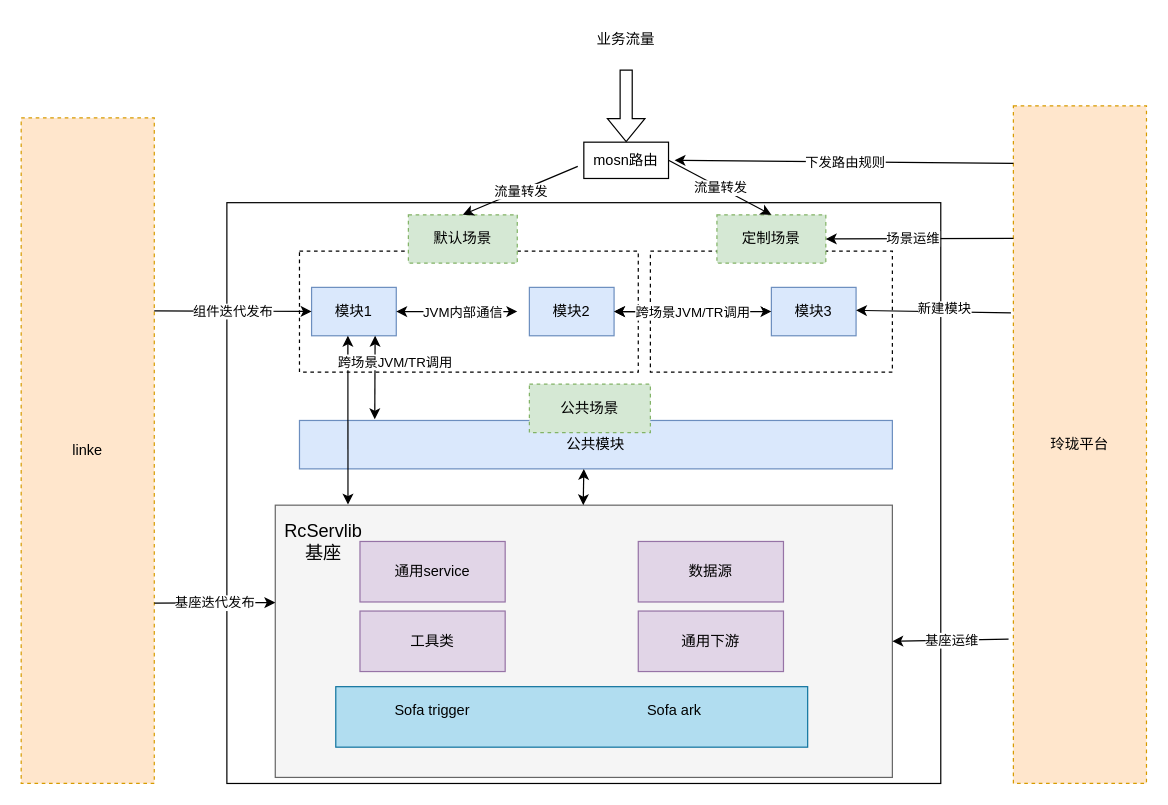
This is linglong2.drawio from hwjcc969/topdown, a draw.io file, before an edit. Source tidied: cells renumbered, new cells numbered last; positions are measured from the earlier drawing's top-left corner, leaving out a move shared by most shapes. Both pictures are drawn from the tidied source at 121%, with x=0, y=0 at pixel (21, 21).
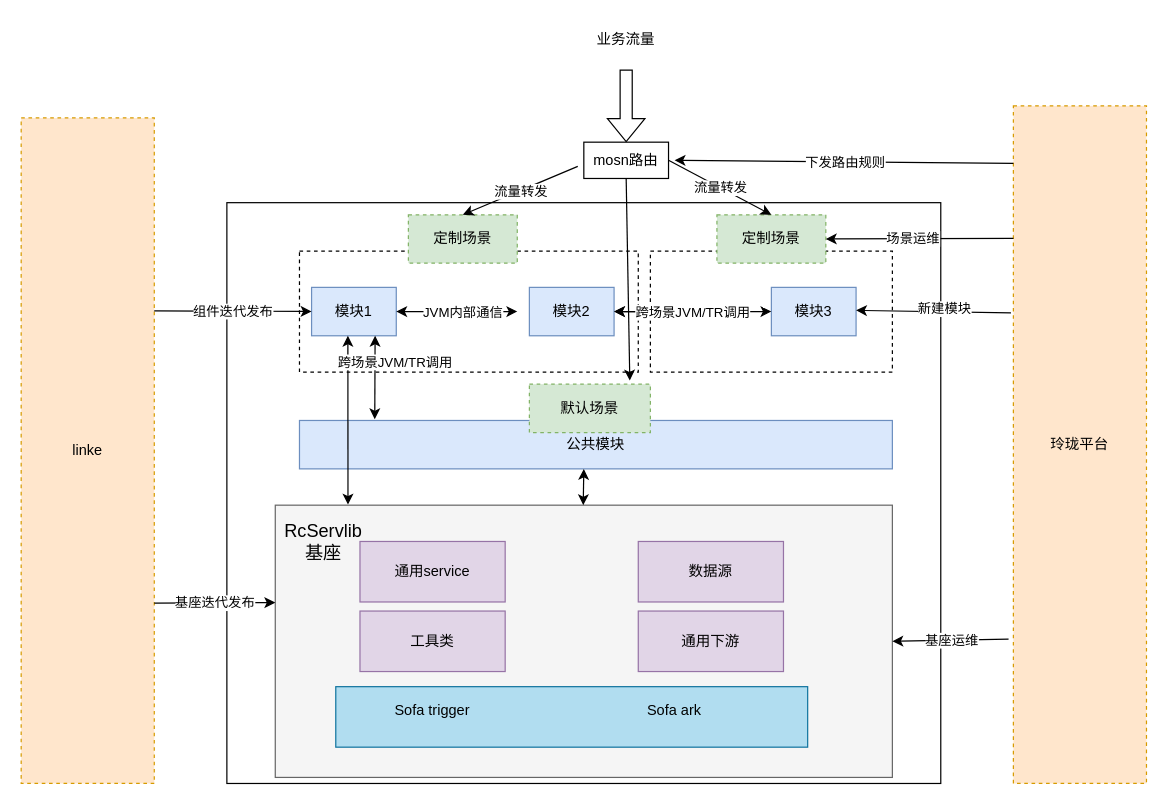
After the change.

Unchanged cells that the change refers to:
```xml
<mxCell id="22" value="mosn路由" style="whiteSpace=wrap;html=1;" parent="1" vertex="1">
  <mxGeometry x="465" y="100" width="70" height="30" as="geometry" />
</mxCell>
```

Change to the diagram source:
```diff
@@
-    <mxCell id="14" value="默认场景" style="whiteSpace=wrap;html=1;dashed=1;fillColor=#d5e8d4;strokeColor=#82b366;" parent="1" vertex="1">
+    <mxCell id="14" value="定制场景" style="whiteSpace=wrap;html=1;dashed=1;fillColor=#d5e8d4;strokeColor=#82b366;" parent="1" vertex="1">
       <mxGeometry x="320" y="160" width="90" height="40" as="geometry" />
     </mxCell>
@@
-    <mxCell id="42" value="公共场景" style="whiteSpace=wrap;html=1;dashed=1;fillColor=#d5e8d4;strokeColor=#82b366;" parent="1" vertex="1">
+    <mxCell id="42" value="默认场景" style="whiteSpace=wrap;html=1;dashed=1;fillColor=#d5e8d4;strokeColor=#82b366;" parent="1" vertex="1">
       <mxGeometry x="420" y="300" width="100" height="40" as="geometry" />
     </mxCell>
@@
+    <mxCell id="51" style="endArrow=classic;html=1;rounded=0;exitX=0.5;exitY=1;exitDx=0;exitDy=0;entryX=0.83;entryY=-0.075;entryDx=0;entryDy=0;entryPerimeter=0;" parent="1" edge="1" source="22" target="42">
+      <mxGeometry relative="1" as="geometry" />
+    </mxCell>
```
